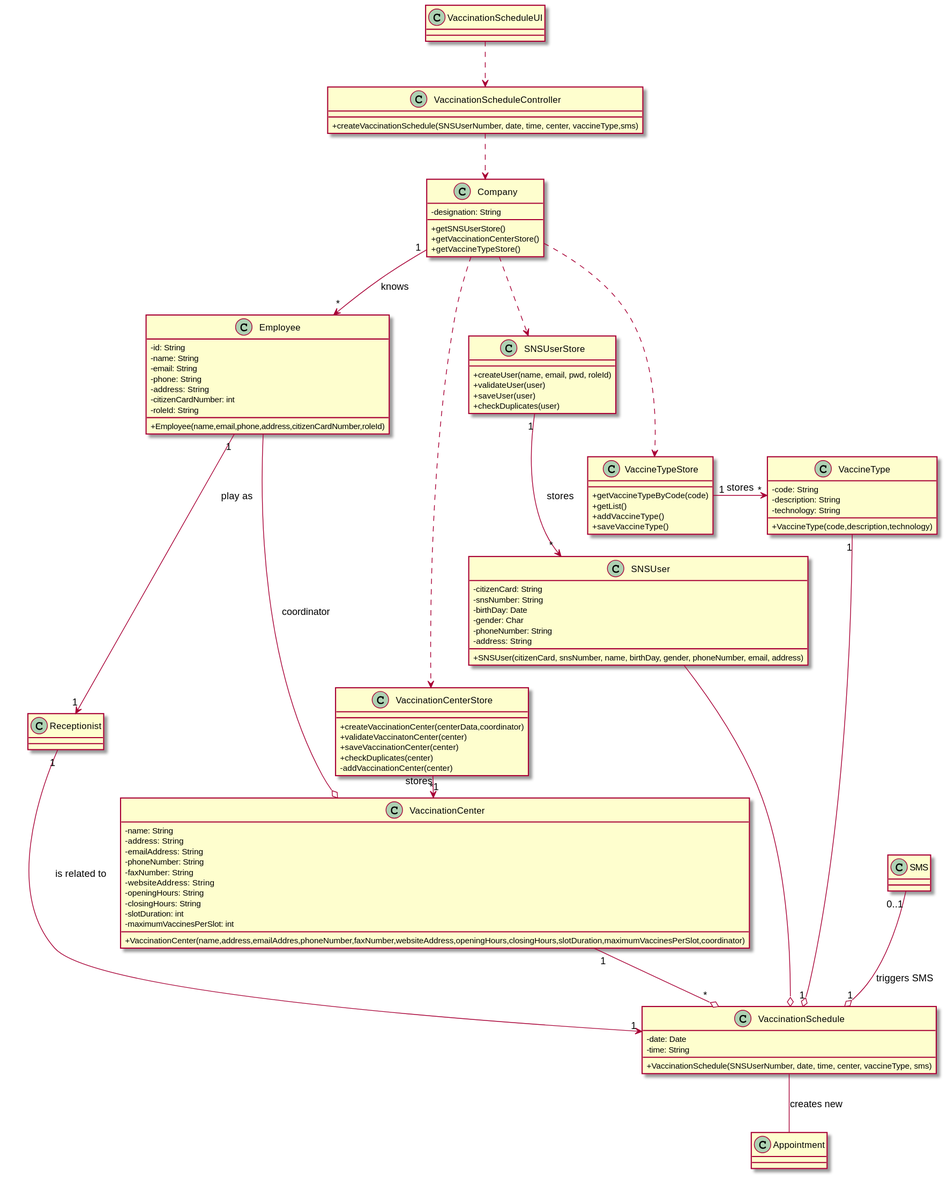
Earlier version of the PlantUML export docs/SprintC/US02/CD/US02_CD.svg (miseEnPlace-i/lapr2).
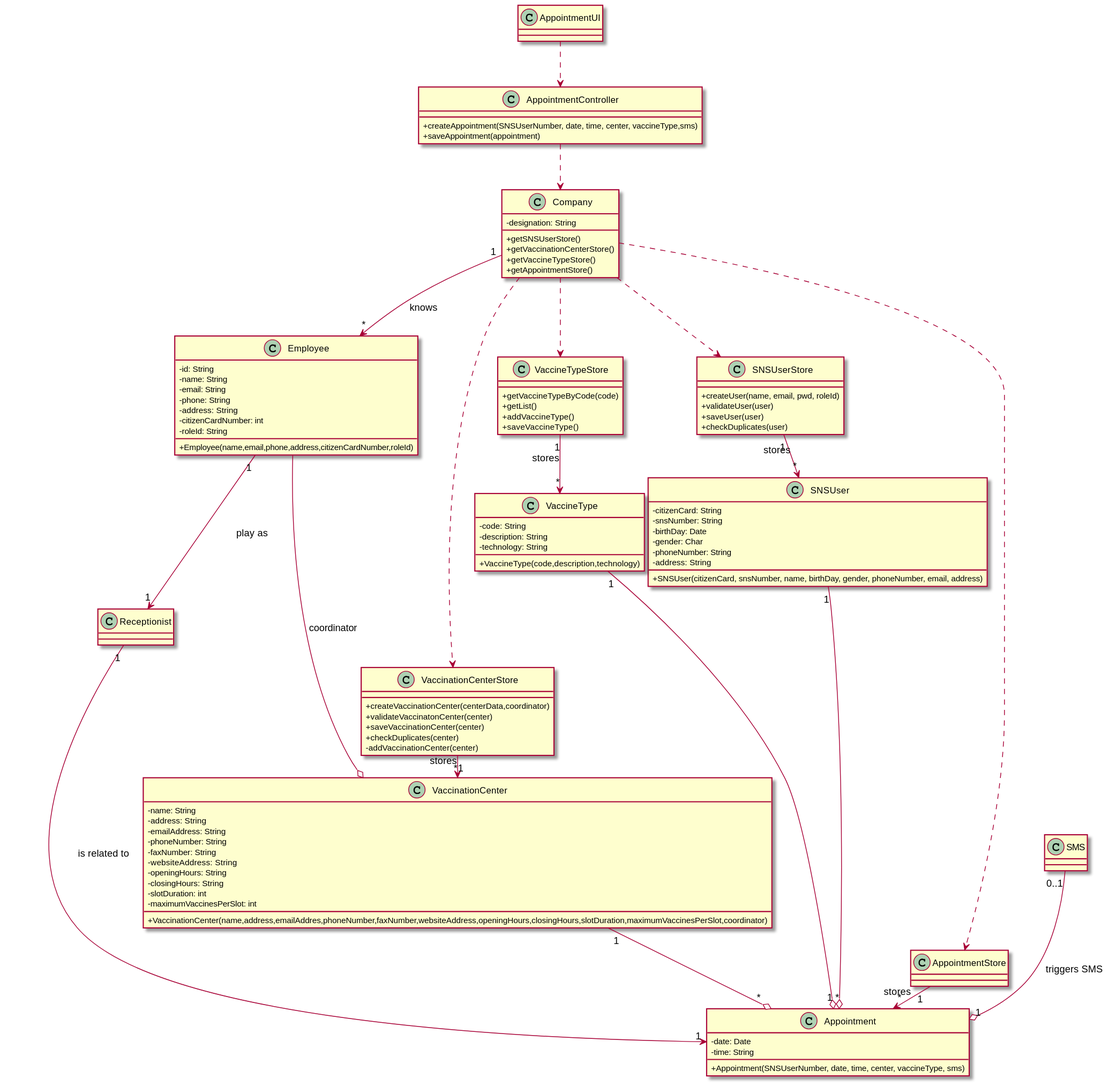
Above is the later version.

Commit message:
docs(US02): updated CD (replaced VaccinationSchedule class for Appointment, added AppointmentStore), added new CD.svg

Change to the diagram source:
```diff
@@ -1,46 +1,44 @@
 @startuml US02_CD
 skinparam classAttributeIconSize 0
 
-class VaccinationSchedule {
+class Appointment {
   - date: Date
   - time: String
-  +VaccinationSchedule(SNSUserNumber, date, time, center, vaccineType, sms)
+  +Appointment(SNSUserNumber, date, time, center, vaccineType, sms)
 }
 
+class AppointmentStore {}
+
+class AppointmentUI {}
+
+class AppointmentController {
+  +createAppointment(SNSUserNumber, date, time, center, vaccineType,sms)
+  +saveAppointment(appointment)
+}
 
 class Company {
   -designation: String
   +getSNSUserStore()
   +getVaccinationCenterStore()
   +getVaccineTypeStore()
+  +getAppointmentStore()
 }
 
-class VaccinationScheduleController {
-  +createVaccinationSchedule(SNSUserNumber, date, time, center, vaccineType,sms)
-}
-
-class VaccinationScheduleUI {}
+class SNSUser {
+  - citizenCard: String
+  - snsNumber: String
+  - birthDay: Date
+  - gender: Char
+  - phoneNumber: String
+  - address: String
+  + SNSUser(citizenCard, snsNumber, name, birthDay, gender, phoneNumber, email, address)
+  }
 
 class SNSUserStore {
   + createUser(name, email, pwd, roleId)
   + validateUser(user)
   + saveUser(user)
   + checkDuplicates(user)
-}
-
-class VaccinationCenterStore {
-+createVaccinationCenter(centerData,coordinator)
-+validateVaccinatonCenter(center)
-+saveVaccinationCenter(center)
-+checkDuplicates(center)
--addVaccinationCenter(center)
-}
-
-class VaccineTypeStore {
-  +getVaccineTypeByCode(code)
-  +getList()
-  +addVaccineType()
-  +saveVaccineType()
 }
 
 class VaccinationCenter{
@@ -57,6 +55,14 @@
   +VaccinationCenter(name,address,emailAddres,phoneNumber,faxNumber,websiteAddress,openingHours,closingHours,slotDuration,maximumVaccinesPerSlot,coordinator)
 }
 
+class VaccinationCenterStore {
++createVaccinationCenter(centerData,coordinator)
++validateVaccinatonCenter(center)
++saveVaccinationCenter(center)
++checkDuplicates(center)
+-addVaccinationCenter(center)
+}
+
 class VaccineType {
   - code: String
   - description: String
@@ -64,15 +70,12 @@
   + VaccineType(code,description,technology)
 }
 
-class SNSUser {
-  - citizenCard: String
-  - snsNumber: String
-  - birthDay: Date
-  - gender: Char
-  - phoneNumber: String
-  - address: String
-  + SNSUser(citizenCard, snsNumber, name, birthDay, gender, phoneNumber, email, address)
-  }
+class VaccineTypeStore {
+  +getVaccineTypeByCode(code)
+  +getList()
+  +addVaccineType()
+  +saveVaccineType()
+}
 
 class Employee {
   -id: String
@@ -89,23 +92,24 @@
 
 class SMS {}
 
-VaccinationScheduleUI ..> VaccinationScheduleController
-VaccinationScheduleController ..> Company
+AppointmentUI ..> AppointmentController
+AppointmentController ..> Company
 Company ..> SNSUserStore
 Company ..> VaccinationCenterStore
 Company ..> VaccineTypeStore
+Company ..> AppointmentStore
 Company "1" --> "*" Employee : knows
 VaccinationCenterStore "1" -> "*" VaccinationCenter : stores
 VaccineTypeStore "1" -> "*" VaccineType : stores
 SNSUserStore "1" -> "*" SNSUser : stores
 Employee "1" --> "1" Receptionist : play as
 Employee ---o VaccinationCenter : coordinator
-Receptionist "1" --> "1" VaccinationSchedule : is related to
-VaccinationCenter "1" --o "*" VaccinationSchedule
-SNSUser --o VaccinationSchedule
-VaccineType "1" --o "1" VaccinationSchedule
-SMS "0..1" --o "1" VaccinationSchedule : triggers SMS
-VaccinationSchedule -- Appointment : creates new
+Receptionist "1" --> "1" Appointment : is related to
+VaccinationCenter "1" --o "*" Appointment
+SNSUser "1" --o "*" Appointment
+VaccineType "1" --o "1" Appointment
+SMS "0..1" --o "1" Appointment : triggers SMS
+AppointmentStore "1" -> "*" Appointment : stores
 
 
 @enduml
```
